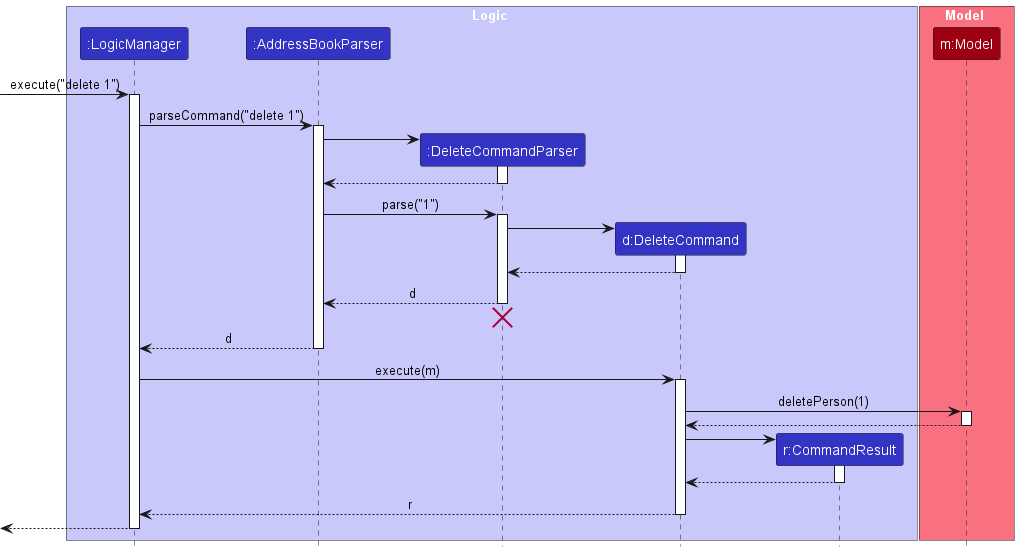
nus-cs2103-AY2425S1/tp keeps this PlantUML diagram as docs/images/DeleteSequenceDiagram.png. Above is the earlier version.
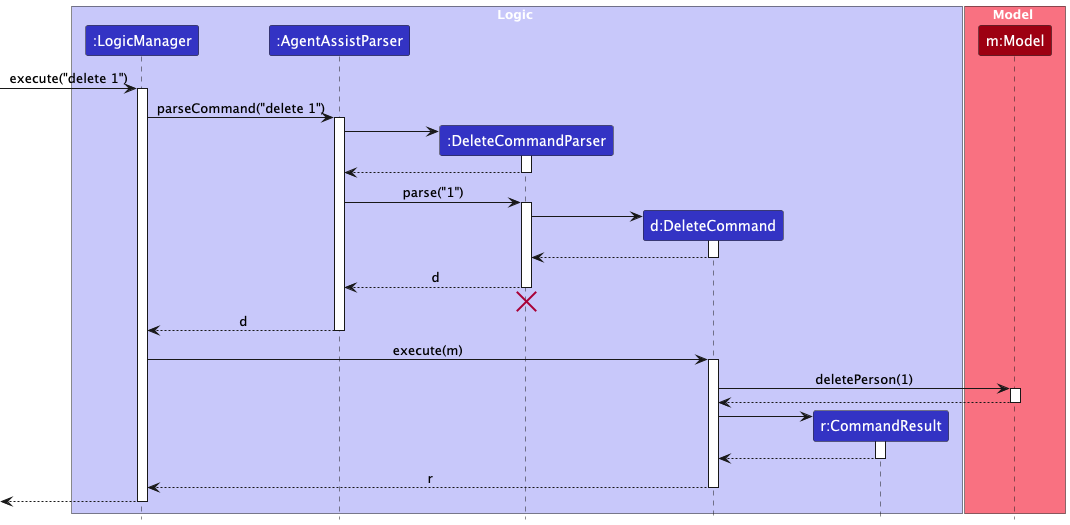
After the commit.

The edit, as a diff of the source:
```diff
@@ -4,7 +4,7 @@
 
 box Logic LOGIC_COLOR_T1
 participant ":LogicManager" as LogicManager LOGIC_COLOR
-participant ":AddressBookParser" as AddressBookParser LOGIC_COLOR
+participant ":AgentAssistParser" as AgentAssistParser LOGIC_COLOR
 participant ":DeleteCommandParser" as DeleteCommandParser LOGIC_COLOR
 participant "d:DeleteCommand" as DeleteCommand LOGIC_COLOR
 participant "r:CommandResult" as CommandResult LOGIC_COLOR
@@ -17,17 +17,17 @@
 [-> LogicManager : execute("delete 1")
 activate LogicManager
 
-LogicManager -> AddressBookParser : parseCommand("delete 1")
-activate AddressBookParser
+LogicManager -> AgentAssistParser : parseCommand("delete 1")
+activate AgentAssistParser
 
 create DeleteCommandParser
-AddressBookParser -> DeleteCommandParser
+AgentAssistParser -> DeleteCommandParser
 activate DeleteCommandParser
 
-DeleteCommandParser --> AddressBookParser
+DeleteCommandParser --> AgentAssistParser
 deactivate DeleteCommandParser
 
-AddressBookParser -> DeleteCommandParser : parse("1")
+AgentAssistParser -> DeleteCommandParser : parse("1")
 activate DeleteCommandParser
 
 create DeleteCommand
@@ -37,13 +37,13 @@
 DeleteCommand --> DeleteCommandParser :
 deactivate DeleteCommand
 
-DeleteCommandParser --> AddressBookParser : d
+DeleteCommandParser --> AgentAssistParser : d
 deactivate DeleteCommandParser
-DeleteCommandParser -[hidden]-> AddressBookParser
+DeleteCommandParser -[hidden]-> AgentAssistParser
 destroy DeleteCommandParser
 
-AddressBookParser --> LogicManager : d
-deactivate AddressBookParser
+AgentAssistParser --> LogicManager : d
+deactivate AgentAssistParser
 
 LogicManager -> DeleteCommand : execute(m)
 activate DeleteCommand
```
